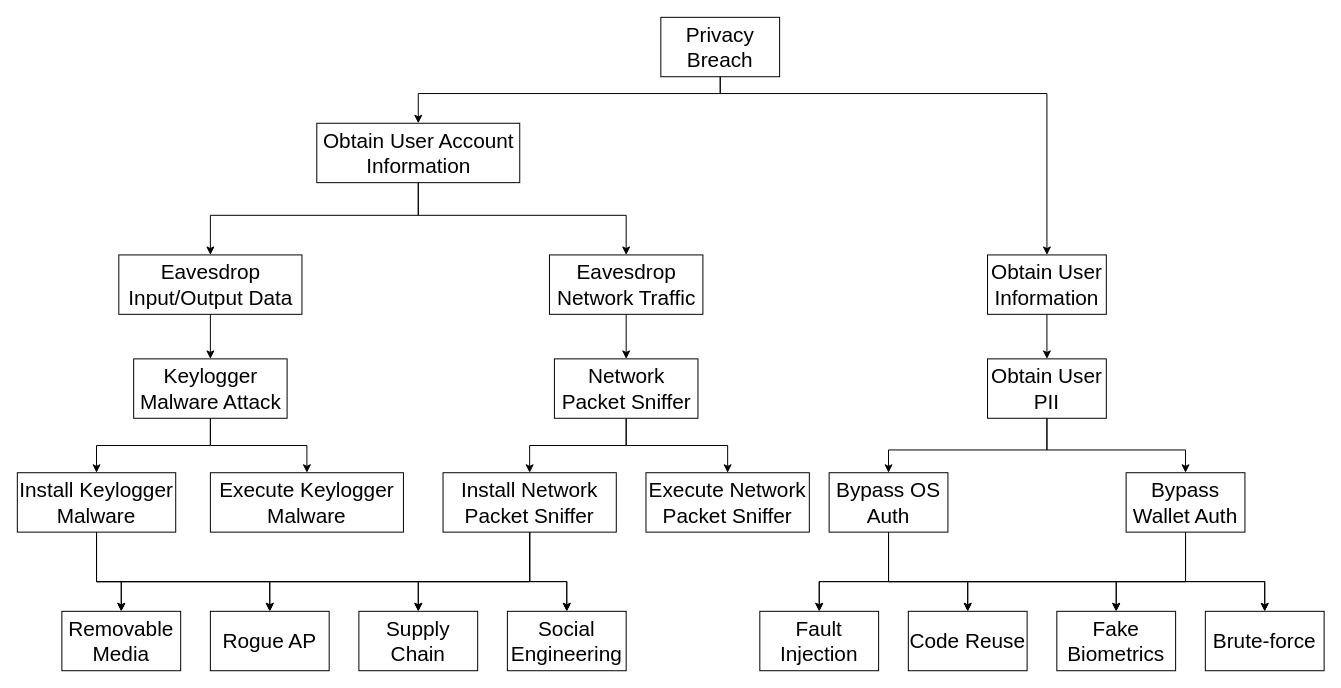
Before: page "privacy-breach-tree" (16 of 17) of assets/crypto-wallets.drawio in xujiahuayz/crypto-wallets, a draw.io diagram. Source tidied: cells renumbered, new cells numbered last; positions are measured from the earlier drawing's top-left corner, leaving out a move shared by most shapes. Both pictures are drawn from the tidied source at 99%, with x=0, y=0 at pixel (17, 17).
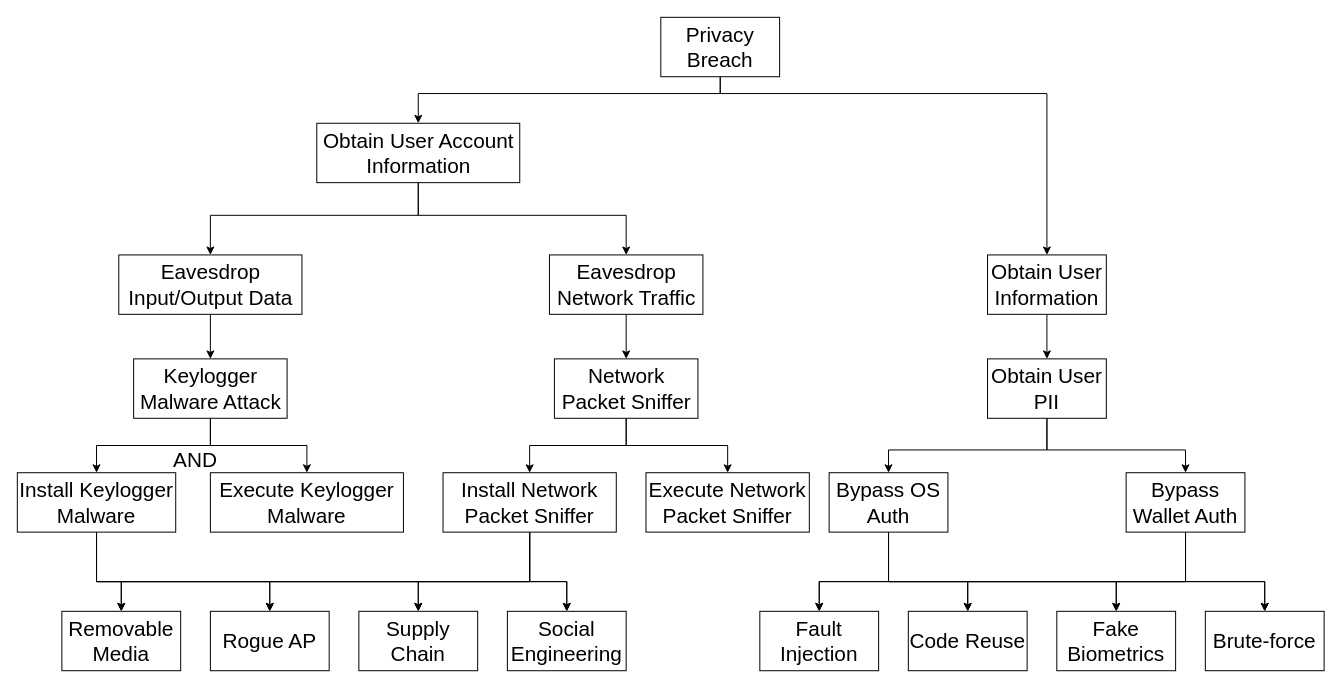
The same page after the edit.

The edit, as a diff of the source:
```diff
@@
+    <mxCell id="53" value="&lt;font style=&quot;font-size: 21px;&quot;&gt;AND&lt;/font&gt;" style="text;html=1;strokeColor=none;fillColor=none;align=center;verticalAlign=middle;whiteSpace=wrap;rounded=0;" parent="1" vertex="1">
+      <mxGeometry x="150" y="432" width="60" height="30" as="geometry" />
+    </mxCell>
```
